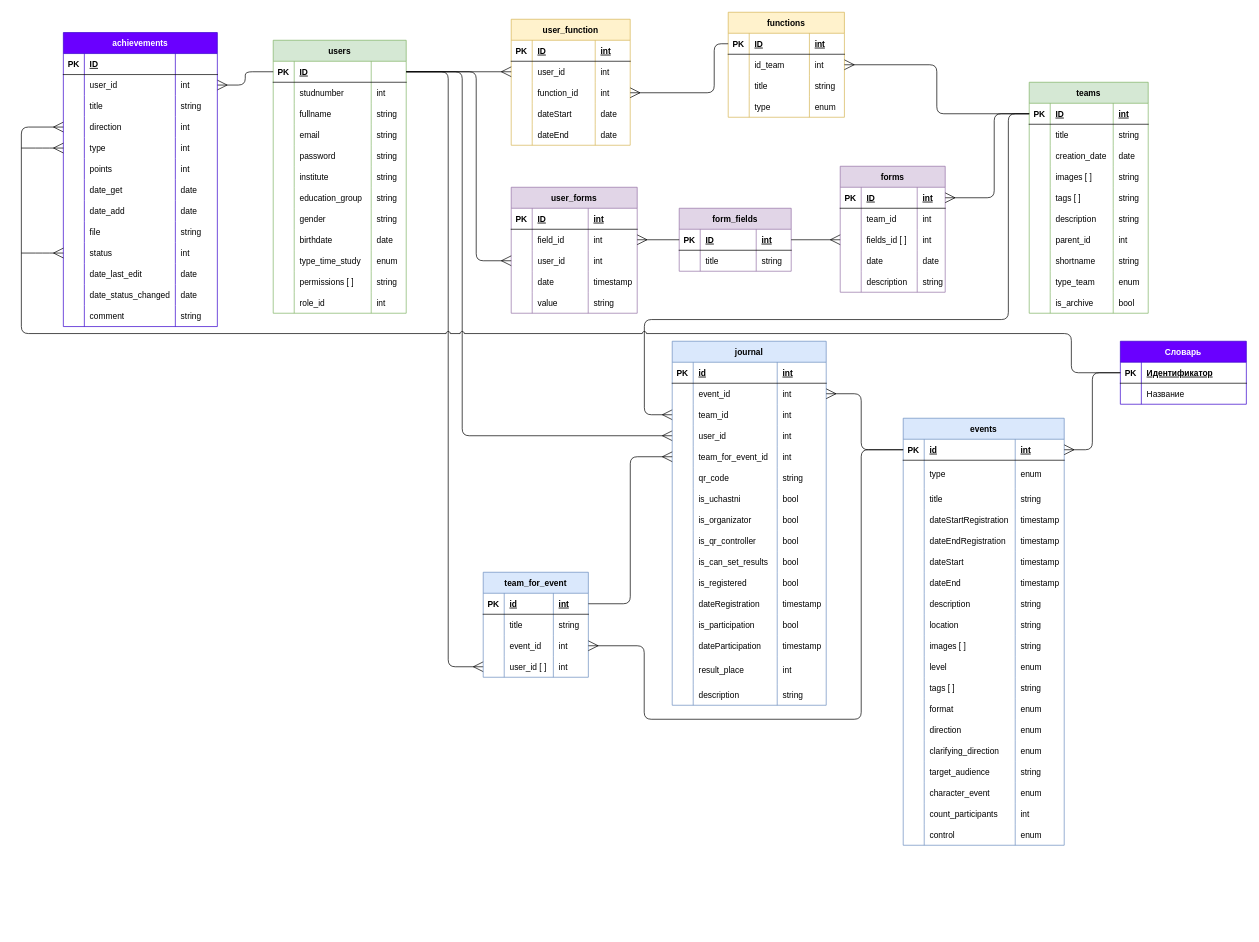
This is page "Физическая" (2 of 4) of Схема БД.drawio from KomogortsevaYulia/Raiting-Teams-Events, a draw.io file, before an edit. Source tidied: cells renumbered, new cells numbered last; positions are measured from the earlier drawing's top-left corner, leaving out a move shared by most shapes. Both pictures are drawn from the tidied source at 70%, with x=0, y=0 at pixel (21, 12).
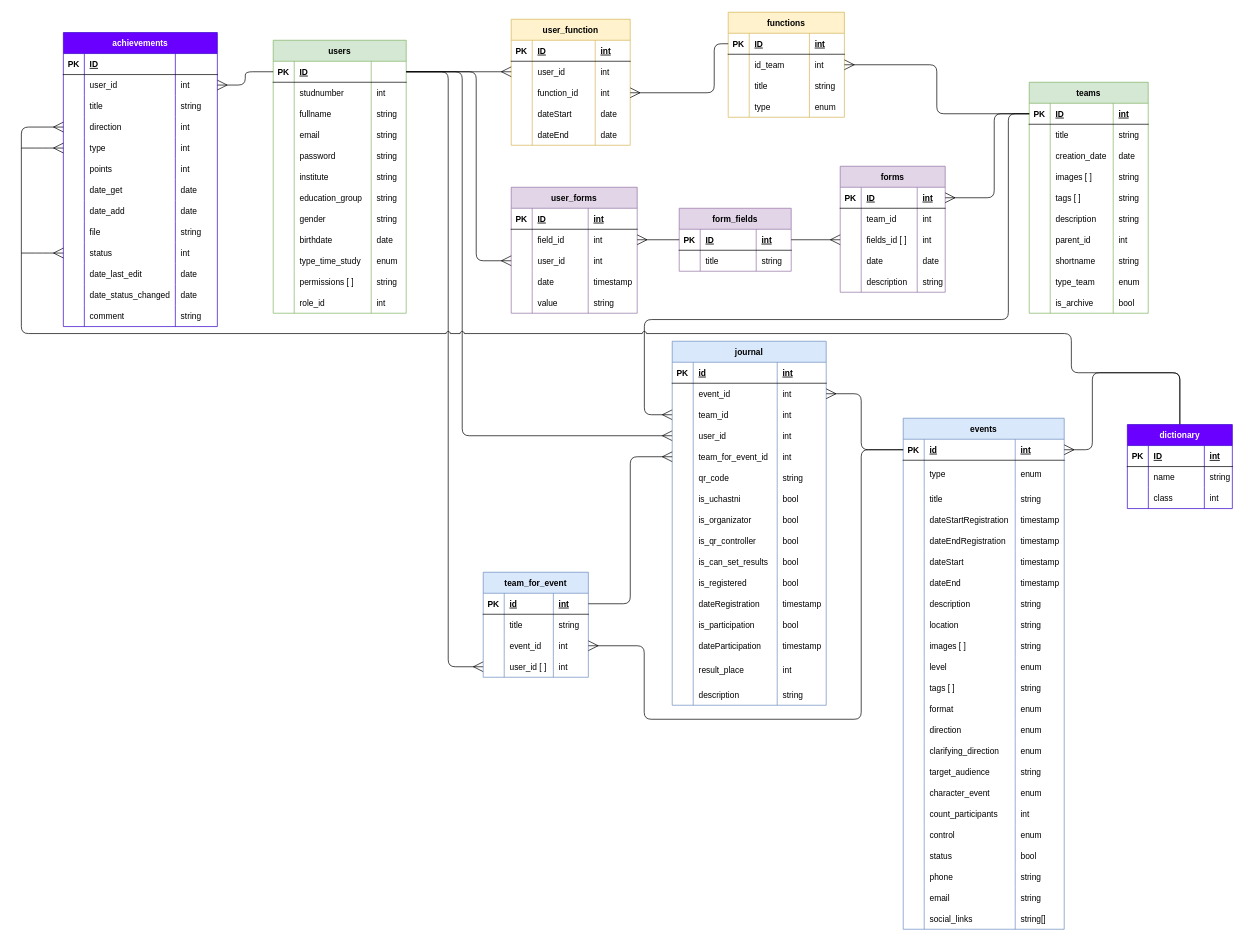
The same diagram, later.

The change refers to these unchanged cells:
```xml
<mxCell id="192" style="shape=tableRow;horizontal=0;startSize=0;swimlaneHead=0;swimlaneBody=0;fillColor=none;points=[[0,0.5],[1,0.5]];portConstraint=eastwest;top=0;left=0;right=0;bottom=1;" parent="191" vertex="1">
  <mxGeometry y="30" width="230" height="30" as="geometry" />
</mxCell>
<mxCell id="376" style="shape=tableRow;horizontal=0;startSize=0;swimlaneHead=0;swimlaneBody=0;fillColor=none;points=[[0,0.5],[1,0.5]];portConstraint=eastwest;top=0;left=0;right=0;bottom=0;" parent="363" vertex="1">
  <mxGeometry y="120" width="220" height="30" as="geometry" />
</mxCell>
```

The edit, as a diff of the source:
```diff
@@
     <mxCell id="191" value="events" style="shape=table;startSize=30;childLayout=tableLayout;rowLines=0;fontStyle=1;align=center;fillColor=#dae8fc;strokeColor=#6c8ebf;" parent="1" vertex="1">
-      <mxGeometry x="1259.8" y="580" width="230" height="610" as="geometry" />
+      <mxGeometry x="1259.8" y="580" width="230" height="730" as="geometry" />
     </mxCell>
@@
+    <mxCell id="418" style="shape=tableRow;horizontal=0;startSize=0;swimlaneHead=0;swimlaneBody=0;fillColor=none;top=0;left=0;right=0;bottom=0;" parent="191" vertex="1">
+      <mxGeometry y="610" width="230" height="30" as="geometry" />
+    </mxCell>
+    <mxCell id="419" style="shape=partialRectangle;fillColor=none;top=0;left=0;bottom=0;right=0;overflow=hidden;" parent="418" vertex="1">
+      <mxGeometry width="30" height="30" as="geometry" />
+    </mxCell>
+    <mxCell id="420" value="status" style="shape=partialRectangle;fillColor=none;top=0;left=0;bottom=0;right=0;align=left;spacingLeft=6;overflow=hidden;strokeColor=#82b366;" parent="418" vertex="1">
+      <mxGeometry x="30" width="130" height="30" as="geometry" />
+    </mxCell>
+    <mxCell id="421" value="bool" style="shape=partialRectangle;fillColor=none;top=0;left=0;bottom=0;right=0;align=left;spacingLeft=6;overflow=hidden;strokeColor=#82b366;" parent="418" vertex="1">
+      <mxGeometry x="160" width="70" height="30" as="geometry" />
+    </mxCell>
+    <mxCell id="422" style="shape=tableRow;horizontal=0;startSize=0;swimlaneHead=0;swimlaneBody=0;fillColor=none;top=0;left=0;right=0;bottom=0;" parent="191" vertex="1">
+      <mxGeometry y="640" width="230" height="30" as="geometry" />
+    </mxCell>
+    <mxCell id="423" style="shape=partialRectangle;fillColor=none;top=0;left=0;bottom=0;right=0;overflow=hidden;" parent="422" vertex="1">
+      <mxGeometry width="30" height="30" as="geometry" />
+    </mxCell>
+    <mxCell id="424" value="phone" style="shape=partialRectangle;fillColor=none;top=0;left=0;bottom=0;right=0;align=left;spacingLeft=6;overflow=hidden;strokeColor=#82b366;" parent="422" vertex="1">
+      <mxGeometry x="30" width="130" height="30" as="geometry" />
+    </mxCell>
+    <mxCell id="425" value="string" style="shape=partialRectangle;fillColor=none;top=0;left=0;bottom=0;right=0;align=left;spacingLeft=6;overflow=hidden;strokeColor=#82b366;" parent="422" vertex="1">
+      <mxGeometry x="160" width="70" height="30" as="geometry" />
+    </mxCell>
+    <mxCell id="426" style="shape=tableRow;horizontal=0;startSize=0;swimlaneHead=0;swimlaneBody=0;fillColor=none;top=0;left=0;right=0;bottom=0;" parent="191" vertex="1">
+      <mxGeometry y="670" width="230" height="30" as="geometry" />
+    </mxCell>
+    <mxCell id="427" style="shape=partialRectangle;fillColor=none;top=0;left=0;bottom=0;right=0;overflow=hidden;" parent="426" vertex="1">
+      <mxGeometry width="30" height="30" as="geometry" />
+    </mxCell>
+    <mxCell id="428" value="email" style="shape=partialRectangle;fillColor=none;top=0;left=0;bottom=0;right=0;align=left;spacingLeft=6;overflow=hidden;strokeColor=#82b366;" parent="426" vertex="1">
+      <mxGeometry x="30" width="130" height="30" as="geometry" />
+    </mxCell>
+    <mxCell id="429" value="string" style="shape=partialRectangle;fillColor=none;top=0;left=0;bottom=0;right=0;align=left;spacingLeft=6;overflow=hidden;strokeColor=#82b366;" parent="426" vertex="1">
+      <mxGeometry x="160" width="70" height="30" as="geometry" />
+    </mxCell>
+    <mxCell id="430" style="shape=tableRow;horizontal=0;startSize=0;swimlaneHead=0;swimlaneBody=0;fillColor=none;top=0;left=0;right=0;bottom=0;" parent="191" vertex="1">
+      <mxGeometry y="700" width="230" height="30" as="geometry" />
+    </mxCell>
+    <mxCell id="431" style="shape=partialRectangle;fillColor=none;top=0;left=0;bottom=0;right=0;overflow=hidden;" parent="430" vertex="1">
+      <mxGeometry width="30" height="30" as="geometry" />
+    </mxCell>
+    <mxCell id="432" value="social_links" style="shape=partialRectangle;fillColor=none;top=0;left=0;bottom=0;right=0;align=left;spacingLeft=6;overflow=hidden;strokeColor=#82b366;" parent="430" vertex="1">
+      <mxGeometry x="30" width="130" height="30" as="geometry" />
+    </mxCell>
+    <mxCell id="433" value="string[]" style="shape=partialRectangle;fillColor=none;top=0;left=0;bottom=0;right=0;align=left;spacingLeft=6;overflow=hidden;strokeColor=#82b366;" parent="430" vertex="1">
+      <mxGeometry x="160" width="70" height="30" as="geometry" />
+    </mxCell>
@@
-    <mxCell id="353" value="Словарь" style="shape=table;startSize=30;childLayout=tableLayout;rowLines=0;fontStyle=1;align=center;fillColor=#6a00ff;strokeColor=#3700CC;fontColor=#ffffff;" parent="1" vertex="1">
-      <mxGeometry x="1570" y="470" width="180" height="90" as="geometry" />
-    </mxCell>
-    <mxCell id="354" style="shape=tableRow;horizontal=0;startSize=0;swimlaneHead=0;swimlaneBody=0;fillColor=none;points=[[0,0.5],[1,0.5]];portConstraint=eastwest;top=0;left=0;right=0;bottom=1;" parent="353" vertex="1">
-      <mxGeometry y="30" width="180" height="30" as="geometry" />
-    </mxCell>
-    <mxCell id="355" value="PK" style="shape=partialRectangle;fillColor=none;top=0;left=0;bottom=0;right=0;fontStyle=1;overflow=hidden;" parent="354" vertex="1">
-      <mxGeometry width="30" height="30" as="geometry" />
-    </mxCell>
-    <mxCell id="356" value="Идентификатор" style="shape=partialRectangle;fillColor=none;top=0;left=0;bottom=0;right=0;align=left;spacingLeft=6;fontStyle=5;overflow=hidden;" parent="354" vertex="1">
-      <mxGeometry x="30" width="150" height="30" as="geometry" />
-    </mxCell>
-    <mxCell id="357" style="shape=tableRow;horizontal=0;startSize=0;swimlaneHead=0;swimlaneBody=0;fillColor=none;top=0;left=0;right=0;bottom=0;" parent="353" vertex="1">
-      <mxGeometry y="60" width="180" height="30" as="geometry" />
-    </mxCell>
-    <mxCell id="358" style="shape=partialRectangle;fillColor=none;top=0;left=0;bottom=0;right=0;overflow=hidden;" parent="357" vertex="1">
-      <mxGeometry width="30" height="30" as="geometry" />
-    </mxCell>
-    <mxCell id="359" value="Название" style="shape=partialRectangle;fillColor=none;top=0;left=0;bottom=0;right=0;align=left;spacingLeft=6;overflow=hidden;" parent="357" vertex="1">
-      <mxGeometry x="30" width="150" height="30" as="geometry" />
-    </mxCell>
-    <mxCell id="360" style="edgeStyle=orthogonalEdgeStyle;html=1;strokeWidth=1;startArrow=none;startFill=0;endArrow=ERmany;endFill=0;startSize=12;endSize=12;jumpStyle=arc;exitX=0;exitY=0.5;exitDx=0;exitDy=0;entryX=1;entryY=0.5;entryDx=0;entryDy=0;" parent="1" edge="1" source="354" target="192">
+    <mxCell id="360" style="edgeStyle=orthogonalEdgeStyle;html=1;strokeWidth=1;startArrow=none;startFill=0;endArrow=ERmany;endFill=0;startSize=12;endSize=12;jumpStyle=arc;entryX=1;entryY=0.5;entryDx=0;entryDy=0;" parent="1" edge="1" source="434" target="192">
       <mxGeometry relative="1" as="geometry">
         <Array as="points">
+          <mxPoint x="1655" y="515" />
           <mxPoint x="1530" y="515" />
           <mxPoint x="1530" y="625" />
         </Array>
       </mxGeometry>
     </mxCell>
-    <mxCell id="361" style="edgeStyle=orthogonalEdgeStyle;html=1;strokeWidth=1;startArrow=none;startFill=0;endArrow=ERmany;endFill=0;startSize=12;endSize=12;jumpStyle=arc;exitX=0;exitY=0.5;exitDx=0;exitDy=0;entryX=0;entryY=0.5;entryDx=0;entryDy=0;" parent="1" edge="1" source="354" target="376">
+    <mxCell id="361" style="edgeStyle=orthogonalEdgeStyle;html=1;strokeWidth=1;startArrow=none;startFill=0;endArrow=ERmany;endFill=0;startSize=12;endSize=12;jumpStyle=arc;exitX=0.5;exitY=0;exitDx=0;exitDy=0;entryX=0;entryY=0.5;entryDx=0;entryDy=0;" parent="1" edge="1" source="434" target="376">
       <mxGeometry relative="1" as="geometry">
         <Array as="points">
+          <mxPoint x="1655" y="515" />
           <mxPoint x="1500" y="515" />
           <mxPoint x="1500" y="459" />
           <mxPoint y="459" />
           <mxPoint y="164" />
         </Array>
       </mxGeometry>
     </mxCell>
@@
+    <mxCell id="434" value="dictionary" style="shape=table;startSize=30;childLayout=tableLayout;rowLines=0;fontStyle=1;align=center;fillColor=#6a00ff;strokeColor=#3700CC;fontColor=#ffffff;" parent="1" vertex="1">
+      <mxGeometry x="1580" y="589" width="150" height="120" as="geometry" />
+    </mxCell>
+    <mxCell id="435" style="shape=tableRow;horizontal=0;startSize=0;swimlaneHead=0;swimlaneBody=0;fillColor=none;top=0;left=0;right=0;bottom=1;" parent="434" vertex="1">
+      <mxGeometry y="30" width="150" height="30" as="geometry" />
+    </mxCell>
+    <mxCell id="355" value="PK" style="shape=partialRectangle;fillColor=none;top=0;left=0;bottom=0;right=0;fontStyle=1;overflow=hidden;" parent="435" vertex="1">
+      <mxGeometry width="30" height="30" as="geometry" />
+    </mxCell>
+    <mxCell id="436" value="ID" style="shape=partialRectangle;fillColor=none;top=0;left=0;bottom=0;right=0;align=left;spacingLeft=6;fontStyle=5;overflow=hidden;" parent="435" vertex="1">
+      <mxGeometry x="30" width="80" height="30" as="geometry" />
+    </mxCell>
+    <mxCell id="437" value="int" style="shape=partialRectangle;fillColor=none;top=0;left=0;bottom=0;right=0;align=left;spacingLeft=6;fontStyle=5;overflow=hidden;" parent="435" vertex="1">
+      <mxGeometry x="110" width="40" height="30" as="geometry" />
+    </mxCell>
+    <mxCell id="438" style="shape=tableRow;horizontal=0;startSize=0;swimlaneHead=0;swimlaneBody=0;fillColor=none;top=0;left=0;right=0;bottom=0;" parent="434" vertex="1">
+      <mxGeometry y="60" width="150" height="30" as="geometry" />
+    </mxCell>
+    <mxCell id="439" style="shape=partialRectangle;fillColor=none;top=0;left=0;bottom=0;right=0;overflow=hidden;" parent="438" vertex="1">
+      <mxGeometry width="30" height="30" as="geometry" />
+    </mxCell>
+    <mxCell id="440" value="name" style="shape=partialRectangle;fillColor=none;top=0;left=0;bottom=0;right=0;align=left;spacingLeft=6;overflow=hidden;" parent="438" vertex="1">
+      <mxGeometry x="30" width="80" height="30" as="geometry" />
+    </mxCell>
+    <mxCell id="441" value="string" style="shape=partialRectangle;fillColor=none;top=0;left=0;bottom=0;right=0;align=left;spacingLeft=6;overflow=hidden;" parent="438" vertex="1">
+      <mxGeometry x="110" width="40" height="30" as="geometry" />
+    </mxCell>
+    <mxCell id="442" style="shape=tableRow;horizontal=0;startSize=0;swimlaneHead=0;swimlaneBody=0;fillColor=none;top=0;left=0;right=0;bottom=0;" parent="434" vertex="1">
+      <mxGeometry y="90" width="150" height="30" as="geometry" />
+    </mxCell>
+    <mxCell id="443" style="shape=partialRectangle;fillColor=none;top=0;left=0;bottom=0;right=0;overflow=hidden;" parent="442" vertex="1">
+      <mxGeometry width="30" height="30" as="geometry" />
+    </mxCell>
+    <mxCell id="444" value="class" style="shape=partialRectangle;fillColor=none;top=0;left=0;bottom=0;right=0;align=left;spacingLeft=6;overflow=hidden;" parent="442" vertex="1">
+      <mxGeometry x="30" width="80" height="30" as="geometry" />
+    </mxCell>
+    <mxCell id="445" value="int" style="shape=partialRectangle;fillColor=none;top=0;left=0;bottom=0;right=0;align=left;spacingLeft=6;overflow=hidden;" parent="442" vertex="1">
+      <mxGeometry x="110" width="40" height="30" as="geometry" />
+    </mxCell>
```
